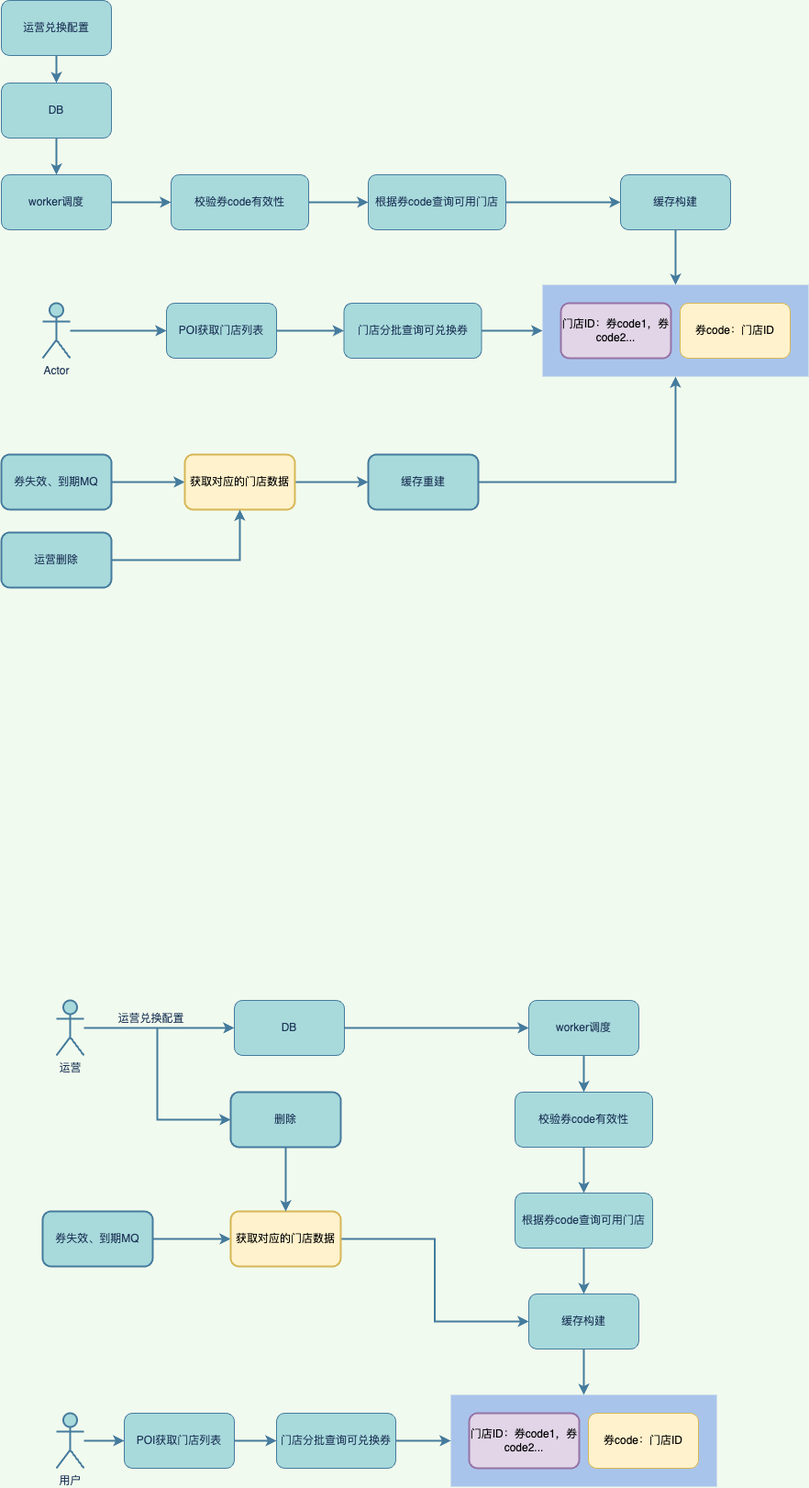
845642761/diagram keeps this draw.io diagram as 优惠券兑换缓存存储.png. Above is the earlier version. Source tidied: cells renumbered, new cells last; positions are measured from the earlier drawing's top-left corner, leaving out a move shared by most shapes.
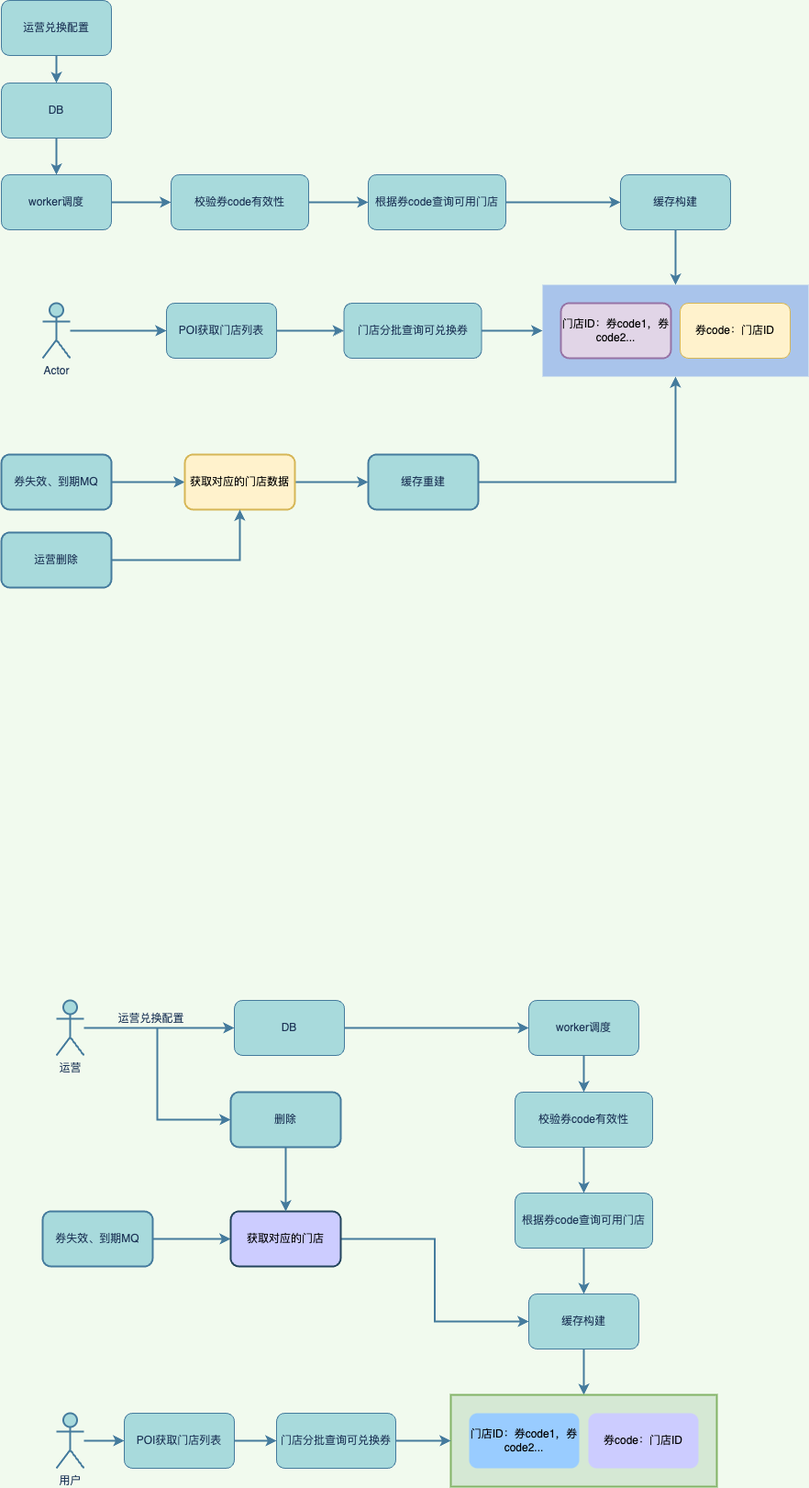
Later version of the same file.

Commit message:
更新优惠券兑换缓存存储.png

The edit, as a diff of the source:
```diff
@@ -143,7 +143,7 @@
     <mxCell id="48" style="edgeStyle=orthogonalEdgeStyle;rounded=0;jettySize=auto;html=1;strokeColor=#457B9D;strokeWidth=2;fontColor=#1D3557;fillColor=#A8DADC;entryX=0;entryY=0.5;entryDx=0;entryDy=0;" parent="1" edge="1" source="49" target="45">
       <mxGeometry relative="1" as="geometry" />
     </mxCell>
-    <mxCell id="49" value="获取对应的门店数据" style="whiteSpace=wrap;html=1;fillColor=#fff2cc;strokeColor=#d6b656;rounded=1;strokeWidth=2;" parent="1" vertex="1">
+    <mxCell id="49" value="获取对应的门店" style="whiteSpace=wrap;html=1;fillColor=#CCCCFF;strokeColor=#23445d;rounded=1;strokeWidth=2;labelBorderColor=none;" parent="1" vertex="1">
       <mxGeometry x="250" y="1320" width="120" height="60" as="geometry" />
     </mxCell>
     <mxCell id="50" style="edgeStyle=orthogonalEdgeStyle;rounded=0;jettySize=auto;html=1;strokeColor=#457B9D;strokeWidth=2;fontColor=#1D3557;fillColor=#A8DADC;" parent="1" edge="1" source="51" target="49">
@@ -155,13 +155,13 @@
     <mxCell id="52" style="group;" parent="1" vertex="1">
       <mxGeometry x="380" y="1520" width="290" height="100" as="geometry" />
     </mxCell>
-    <mxCell id="53" style="rounded=0;whiteSpace=wrap;html=1;fillStyle=auto;strokeColor=none;strokeWidth=2;fontColor=#1D3557;fillColor=#A9C4EB;gradientColor=none;" parent="52" vertex="1">
+    <mxCell id="53" style="rounded=0;whiteSpace=wrap;html=1;fillStyle=auto;strokeColor=#82b366;strokeWidth=2;fillColor=#d5e8d4;" parent="52" vertex="1">
       <mxGeometry x="110" width="290" height="100" as="geometry" />
     </mxCell>
-    <mxCell id="54" value="券code：门店ID" style="whiteSpace=wrap;html=1;fillColor=#fff2cc;strokeColor=#d6b656;rounded=1;" parent="52" vertex="1">
+    <mxCell id="54" value="券code：门店ID" style="whiteSpace=wrap;html=1;fillColor=#CCCCFF;strokeColor=none;rounded=1;" parent="52" vertex="1">
       <mxGeometry x="260" y="20" width="120" height="60" as="geometry" />
     </mxCell>
-    <mxCell id="55" value="门店ID：券code1，券code2..." style="rounded=1;whiteSpace=wrap;html=1;fillStyle=auto;strokeColor=#9673a6;strokeWidth=2;fillColor=#e1d5e7;" parent="52" vertex="1">
+    <mxCell id="55" value="门店ID：券code1，券code2..." style="rounded=1;whiteSpace=wrap;html=1;fillStyle=auto;strokeColor=none;strokeWidth=2;fillColor=#99CCFF;" parent="52" vertex="1">
       <mxGeometry x="130" y="20" width="120" height="60" as="geometry" />
     </mxCell>
     <mxCell id="56" style="edgeStyle=orthogonalEdgeStyle;rounded=0;jettySize=auto;html=1;entryX=0;entryY=0.5;entryDx=0;entryDy=0;strokeColor=#457B9D;strokeWidth=2;fontColor=#1D3557;fillColor=#A8DADC;" parent="52" edge="1" source="57" target="53">
```
